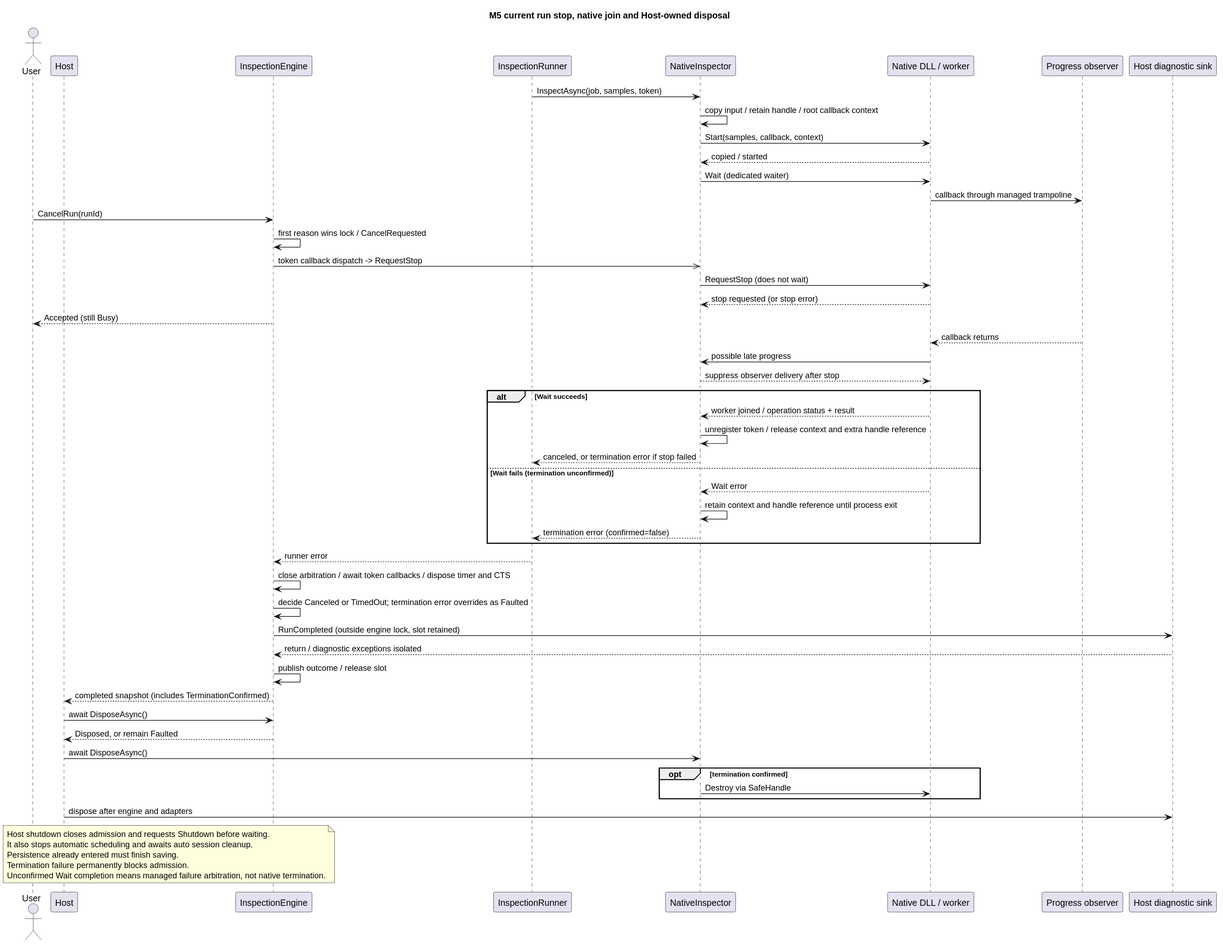
Myoungmin/CSharp-InspectionCore-Lab keeps this PlantUML diagram as docs/diagrams/generated/cancel-shutdown-sequence.svg. Above is the earlier version. Its source is kept beside it as docs/diagrams/cancel-shutdown-sequence.puml.
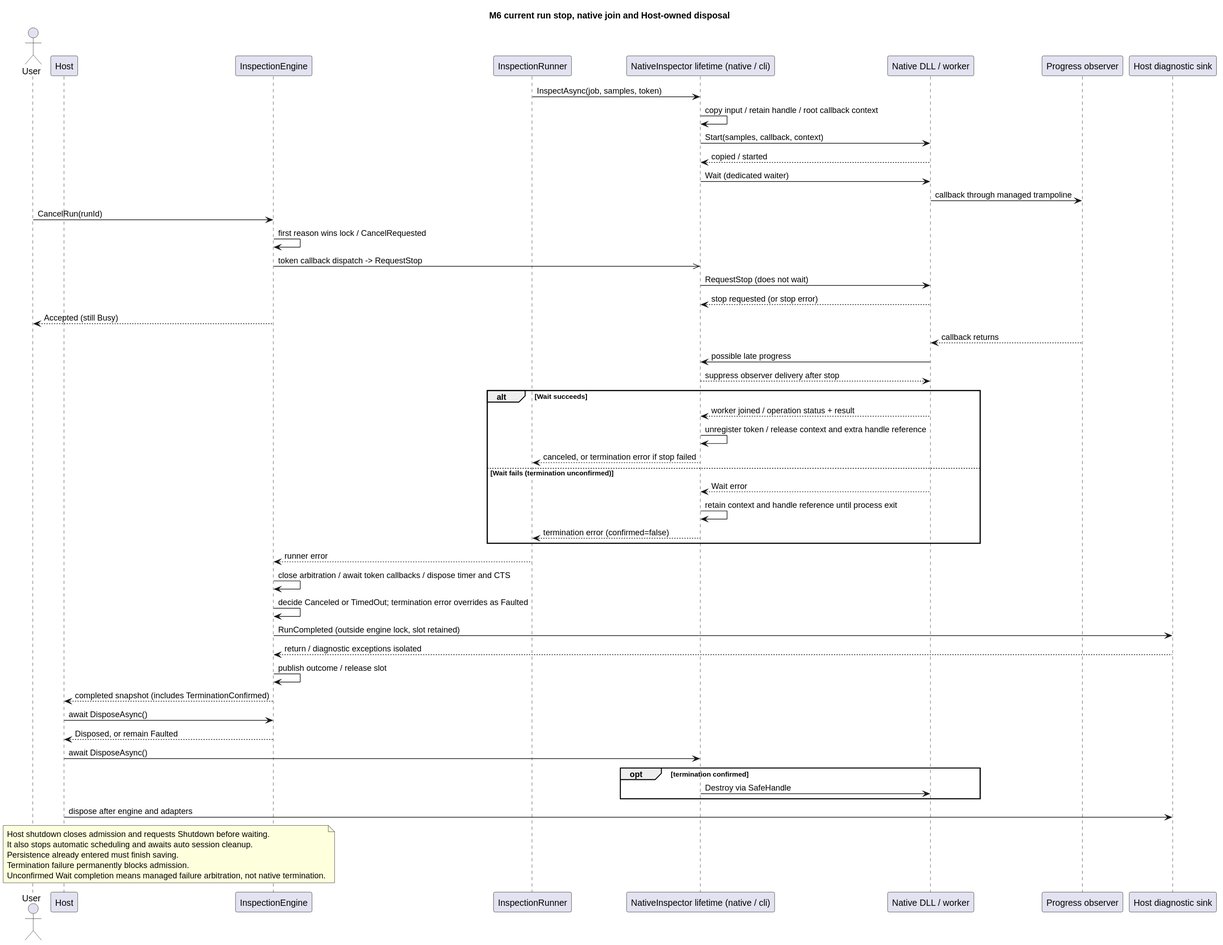
The same diagram one commit later.

What changed in the source:
```diff
@@ -1,10 +1,10 @@
 @startuml cancel-shutdown-sequence
-title M5 current run stop, native join and Host-owned disposal
+title M6 current run stop, native join and Host-owned disposal
 actor User
 participant Host
 participant InspectionEngine as Engine
 participant InspectionRunner as Runner
-participant NativeInspector as Inspector
+participant "NativeInspector lifetime (native / cli)" as Inspector
 participant "Native DLL / worker" as DLL
 participant "Progress observer" as Observer
 participant "Host diagnostic sink" as Log
```
